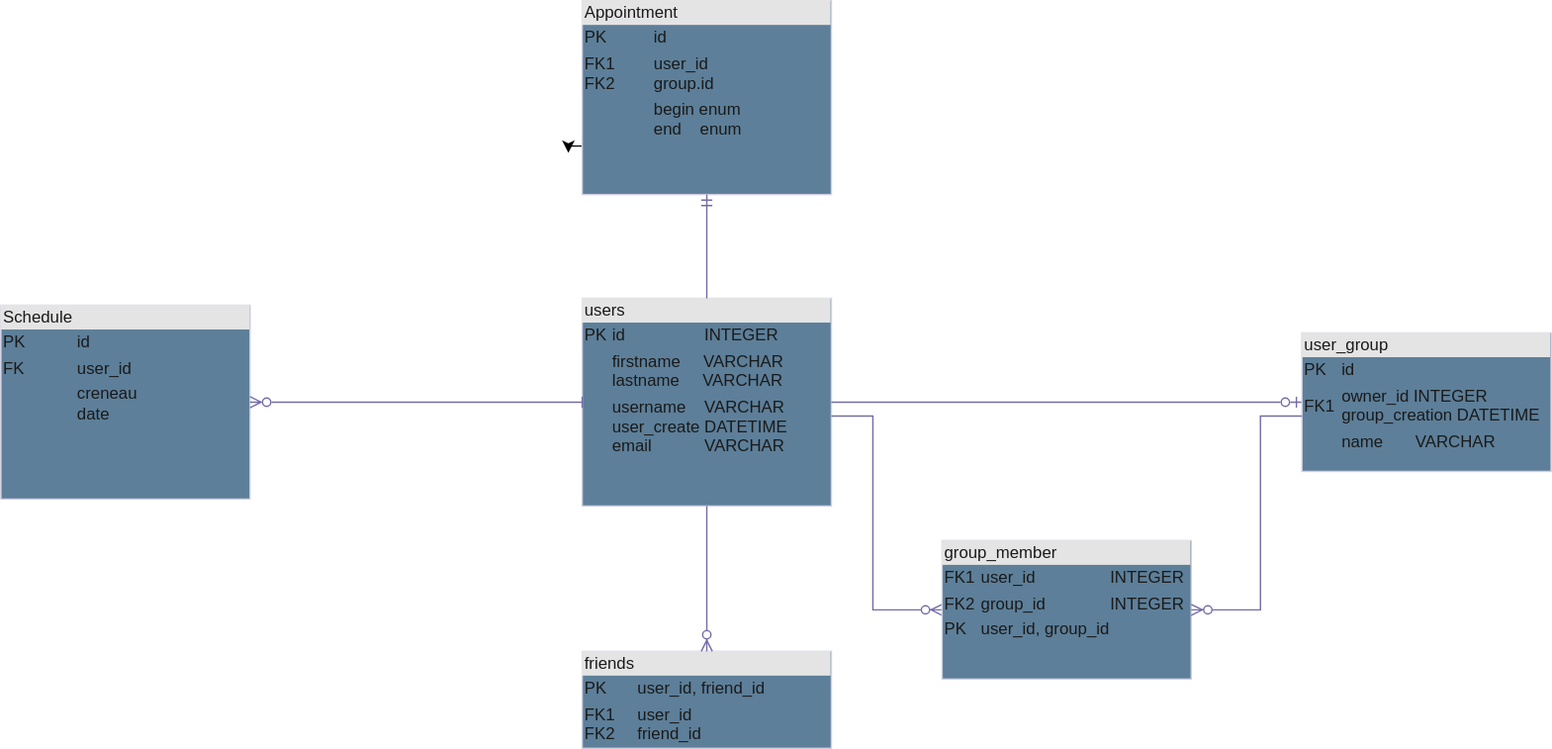
coffee-only/CalendarProject keeps this draw.io diagram as doc/diagrams/MRD.svg. Above is the earlier version. Source tidied: cells renumbered, new cells last; positions are measured from the earlier drawing's top-left corner, leaving out a move shared by most shapes. Its diagram source:
```xml
<mxGraphModel>
  <root>
    <mxCell id="0" />
    <mxCell id="1" parent="0" />
    <mxCell id="2" value="&lt;div style=&quot;box-sizing: border-box; width: 100%; background: rgb(228, 228, 228); padding: 2px;&quot;&gt;users&lt;/div&gt;&lt;table style=&quot;width:100%;font-size:1em;&quot; cellpadding=&quot;2&quot; cellspacing=&quot;0&quot;&gt;&lt;tbody&gt;&lt;tr&gt;&lt;td&gt;PK&lt;/td&gt;&lt;td&gt;id&lt;span style=&quot;white-space: pre;&quot;&gt;&#9;&lt;span style=&quot;white-space: pre;&quot;&gt;&#9;&lt;/span&gt;    INTEGER&lt;/span&gt;&lt;span style=&quot;white-space: pre;&quot;&gt;&#9;&lt;/span&gt;&lt;span style=&quot;white-space: pre;&quot;&gt;&#9;&lt;span style=&quot;white-space: pre;&quot;&gt;&#9;&lt;/span&gt;&lt;/span&gt;&lt;/td&gt;&lt;/tr&gt;&lt;tr&gt;&lt;td&gt;&lt;br&gt;&lt;/td&gt;&lt;td&gt;firstname&amp;nbsp; &amp;nbsp; &amp;nbsp;VARCHAR&lt;br&gt;lastname&amp;nbsp; &amp;nbsp; &amp;nbsp;VARCHAR&lt;/td&gt;&lt;/tr&gt;&lt;tr&gt;&lt;td&gt;&lt;/td&gt;&lt;td&gt;username&amp;nbsp; &amp;nbsp; VARCHAR&lt;br&gt;user_create DATETIME&lt;br&gt;email&lt;span style=&quot;white-space: pre;&quot;&gt;&#9;    VARCHAR&lt;/span&gt;&lt;br&gt;&lt;br&gt;&lt;br&gt;&lt;br&gt;&lt;/td&gt;&lt;/tr&gt;&lt;/tbody&gt;&lt;/table&gt;" style="verticalAlign=top;align=left;overflow=fill;html=1;whiteSpace=wrap;labelBackgroundColor=none;fillColor=#5D7F99;strokeColor=#D0CEE2;fontColor=#1A1A1A;" parent="1" vertex="1">
      <mxGeometry x="420" y="215" width="180" height="150" as="geometry" />
    </mxCell>
    <mxCell id="3" value="&lt;div style=&quot;box-sizing: border-box; width: 100%; background: rgb(228, 228, 228); padding: 2px;&quot;&gt;friends&lt;/div&gt;&lt;table style=&quot;width:100%;font-size:1em;&quot; cellpadding=&quot;2&quot; cellspacing=&quot;0&quot;&gt;&lt;tbody&gt;&lt;tr&gt;&lt;td&gt;PK&lt;/td&gt;&lt;td&gt;user_id, friend_id&lt;/td&gt;&lt;/tr&gt;&lt;tr&gt;&lt;td&gt;FK1&lt;br&gt;FK2&lt;br&gt;&lt;/td&gt;&lt;td&gt;user_id&lt;br&gt;friend_id&lt;/td&gt;&lt;/tr&gt;&lt;tr&gt;&lt;td&gt;&lt;br&gt;&lt;br&gt;&lt;/td&gt;&lt;td&gt;&lt;br&gt;&lt;br&gt;&lt;br&gt;&lt;br&gt;&lt;br&gt;&lt;/td&gt;&lt;/tr&gt;&lt;/tbody&gt;&lt;/table&gt;" style="verticalAlign=top;align=left;overflow=fill;html=1;whiteSpace=wrap;labelBackgroundColor=none;fillColor=#5D7F99;strokeColor=#D0CEE2;fontColor=#1A1A1A;" parent="1" vertex="1">
      <mxGeometry x="420" y="470" width="180" height="70" as="geometry" />
    </mxCell>
    <mxCell id="4" style="fontSize=12;html=1;endArrow=ERzeroToMany;endFill=1;rounded=0;exitX=0.5;exitY=1;exitDx=0;exitDy=0;entryX=0.5;entryY=0;entryDx=0;entryDy=0;labelBackgroundColor=none;strokeColor=#736CA8;fontColor=default;" parent="1" edge="1" source="2" target="3">
      <mxGeometry relative="1" as="geometry" />
    </mxCell>
    <mxCell id="5" style="edgeStyle=orthogonalEdgeStyle;rounded=0;jettySize=auto;html=1;exitX=0;exitY=0.5;exitDx=0;exitDy=0;startArrow=ERzeroToOne;startFill=0;endArrow=none;labelBackgroundColor=none;strokeColor=#736CA8;fontColor=default;" parent="1" edge="1" source="6" target="2">
      <mxGeometry relative="1" as="geometry" />
    </mxCell>
    <mxCell id="6" value="&lt;div style=&quot;box-sizing: border-box; width: 100%; background: rgb(228, 228, 228); padding: 2px;&quot;&gt;user_group&lt;/div&gt;&lt;table style=&quot;width:100%;font-size:1em;&quot; cellpadding=&quot;2&quot; cellspacing=&quot;0&quot;&gt;&lt;tbody&gt;&lt;tr&gt;&lt;td&gt;PK&lt;/td&gt;&lt;td&gt;id&lt;/td&gt;&lt;/tr&gt;&lt;tr&gt;&lt;td&gt;FK1&lt;/td&gt;&lt;td&gt;owner_id INTEGER&lt;br&gt;group_creation DATETIME&lt;/td&gt;&lt;/tr&gt;&lt;tr&gt;&lt;td&gt;&lt;/td&gt;&lt;td&gt;name&lt;span style=&quot;white-space: pre;&quot;&gt;&#9;&lt;/span&gt;VARCHAR&lt;br&gt;&lt;br&gt;&lt;/td&gt;&lt;/tr&gt;&lt;/tbody&gt;&lt;/table&gt;" style="verticalAlign=top;align=left;overflow=fill;html=1;whiteSpace=wrap;labelBackgroundColor=none;fillColor=#5D7F99;strokeColor=#D0CEE2;fontColor=#1A1A1A;" parent="1" vertex="1">
      <mxGeometry x="940" y="240" width="180" height="100" as="geometry" />
    </mxCell>
    <mxCell id="7" style="fontSize=12;html=1;endArrow=ERzeroToMany;endFill=1;rounded=0;entryX=0;entryY=0.5;entryDx=0;entryDy=0;edgeStyle=orthogonalEdgeStyle;labelBackgroundColor=none;strokeColor=#736CA8;fontColor=default;" parent="1" edge="1" source="2" target="8">
      <mxGeometry relative="1" as="geometry">
        <Array as="points">
          <mxPoint x="630" y="300" />
          <mxPoint x="630" y="440" />
        </Array>
      </mxGeometry>
    </mxCell>
    <mxCell id="8" value="&lt;div style=&quot;box-sizing: border-box; width: 100%; background: rgb(228, 228, 228); padding: 2px;&quot;&gt;group_member&lt;/div&gt;&lt;table style=&quot;width:100%;font-size:1em;&quot; cellpadding=&quot;2&quot; cellspacing=&quot;0&quot;&gt;&lt;tbody&gt;&lt;tr&gt;&lt;td&gt;FK1&lt;/td&gt;&lt;td&gt;user_id&lt;span style=&quot;white-space: pre;&quot;&gt;&#9;&lt;/span&gt;&lt;span style=&quot;white-space: pre;&quot;&gt;&#9;    &lt;/span&gt;INTEGER&lt;/td&gt;&lt;/tr&gt;&lt;tr&gt;&lt;td&gt;FK2&lt;/td&gt;&lt;td&gt;group_id&lt;span style=&quot;white-space: pre;&quot;&gt;&#9;&lt;/span&gt;&lt;span style=&quot;white-space: pre;&quot;&gt;&#9;&lt;/span&gt;&amp;nbsp; &amp;nbsp; INTEGER&lt;/td&gt;&lt;/tr&gt;&lt;tr&gt;&lt;td&gt;PK&lt;/td&gt;&lt;td&gt;user_id, group_id&lt;/td&gt;&lt;/tr&gt;&lt;/tbody&gt;&lt;/table&gt;" style="verticalAlign=top;align=left;overflow=fill;html=1;whiteSpace=wrap;labelBackgroundColor=none;fillColor=#5D7F99;strokeColor=#D0CEE2;fontColor=#1A1A1A;" parent="1" vertex="1">
      <mxGeometry x="680" y="390" width="180" height="100" as="geometry" />
    </mxCell>
    <mxCell id="9" style="edgeStyle=orthogonalEdgeStyle;rounded=0;jettySize=auto;html=1;exitX=0;exitY=0.75;exitDx=0;exitDy=0;" parent="1" edge="1" source="10">
      <mxGeometry relative="1" as="geometry">
        <mxPoint x="410" y="110" as="targetPoint" />
      </mxGeometry>
    </mxCell>
    <mxCell id="10" value="&lt;div style=&quot;box-sizing: border-box; width: 100%; background: rgb(228, 228, 228); padding: 2px;&quot;&gt;Appointment&lt;/div&gt;&lt;table style=&quot;width:100%;font-size:1em;&quot; cellpadding=&quot;2&quot; cellspacing=&quot;0&quot;&gt;&lt;tbody&gt;&lt;tr&gt;&lt;td&gt;PK&lt;/td&gt;&lt;td&gt;id&lt;/td&gt;&lt;/tr&gt;&lt;tr&gt;&lt;td&gt;FK1&lt;br&gt;FK2&lt;/td&gt;&lt;td&gt;user_id&lt;br&gt;group.id&lt;/td&gt;&lt;/tr&gt;&lt;tr&gt;&lt;td&gt;&lt;br&gt;&lt;/td&gt;&lt;td&gt;begin enum&lt;br&gt;end&amp;nbsp; &amp;nbsp; enum&lt;br&gt;&lt;br&gt;&lt;/td&gt;&lt;/tr&gt;&lt;/tbody&gt;&lt;/table&gt;" style="verticalAlign=top;align=left;overflow=fill;html=1;whiteSpace=wrap;labelBackgroundColor=none;fillColor=#5D7F99;strokeColor=#D0CEE2;fontColor=#1A1A1A;" parent="1" vertex="1">
      <mxGeometry x="420" width="180" height="140" as="geometry" />
    </mxCell>
    <mxCell id="11" style="fontSize=12;html=1;endArrow=ERmandOne;rounded=0;exitX=0.5;exitY=0;exitDx=0;exitDy=0;entryX=0.5;entryY=1;entryDx=0;entryDy=0;labelBackgroundColor=none;strokeColor=#736CA8;fontColor=default;" parent="1" edge="1" source="2" target="10">
      <mxGeometry relative="1" as="geometry" />
    </mxCell>
    <mxCell id="12" style="fontSize=12;html=1;endArrow=ERzeroToMany;endFill=1;rounded=0;entryX=1;entryY=0.5;entryDx=0;entryDy=0;edgeStyle=orthogonalEdgeStyle;labelBackgroundColor=none;strokeColor=#736CA8;fontColor=default;" parent="1" edge="1" source="6" target="8">
      <mxGeometry relative="1" as="geometry">
        <Array as="points">
          <mxPoint x="910" y="300" />
          <mxPoint x="910" y="440" />
        </Array>
      </mxGeometry>
    </mxCell>
    <mxCell id="13" value="&lt;div style=&quot;box-sizing: border-box; width: 100%; background: rgb(228, 228, 228); padding: 2px;&quot;&gt;Schedule&lt;/div&gt;&lt;table style=&quot;width:100%;font-size:1em;&quot; cellpadding=&quot;2&quot; cellspacing=&quot;0&quot;&gt;&lt;tbody&gt;&lt;tr&gt;&lt;td&gt;PK&lt;/td&gt;&lt;td&gt;id&lt;/td&gt;&lt;/tr&gt;&lt;tr&gt;&lt;td&gt;FK&lt;br&gt;&lt;/td&gt;&lt;td&gt;user_id&lt;br&gt;&lt;/td&gt;&lt;/tr&gt;&lt;tr&gt;&lt;td&gt;&lt;br&gt;&lt;/td&gt;&lt;td&gt;creneau&lt;br&gt;date&lt;br&gt;&lt;br&gt;&lt;/td&gt;&lt;/tr&gt;&lt;/tbody&gt;&lt;/table&gt;" style="verticalAlign=top;align=left;overflow=fill;html=1;whiteSpace=wrap;labelBackgroundColor=none;fillColor=#5D7F99;strokeColor=#D0CEE2;fontColor=#1A1A1A;" parent="1" vertex="1">
      <mxGeometry y="220" width="180" height="140" as="geometry" />
    </mxCell>
    <mxCell id="14" style="edgeStyle=orthogonalEdgeStyle;rounded=0;jettySize=auto;html=1;exitX=1;exitY=0.5;exitDx=0;exitDy=0;strokeColor=#736CA8;fontColor=#1A1A1A;endArrow=baseDash;endFill=0;startArrow=ERzeroToMany;startFill=0;" parent="1" edge="1" source="13" target="2">
      <mxGeometry relative="1" as="geometry" />
    </mxCell>
  </root>
</mxGraphModel>
```
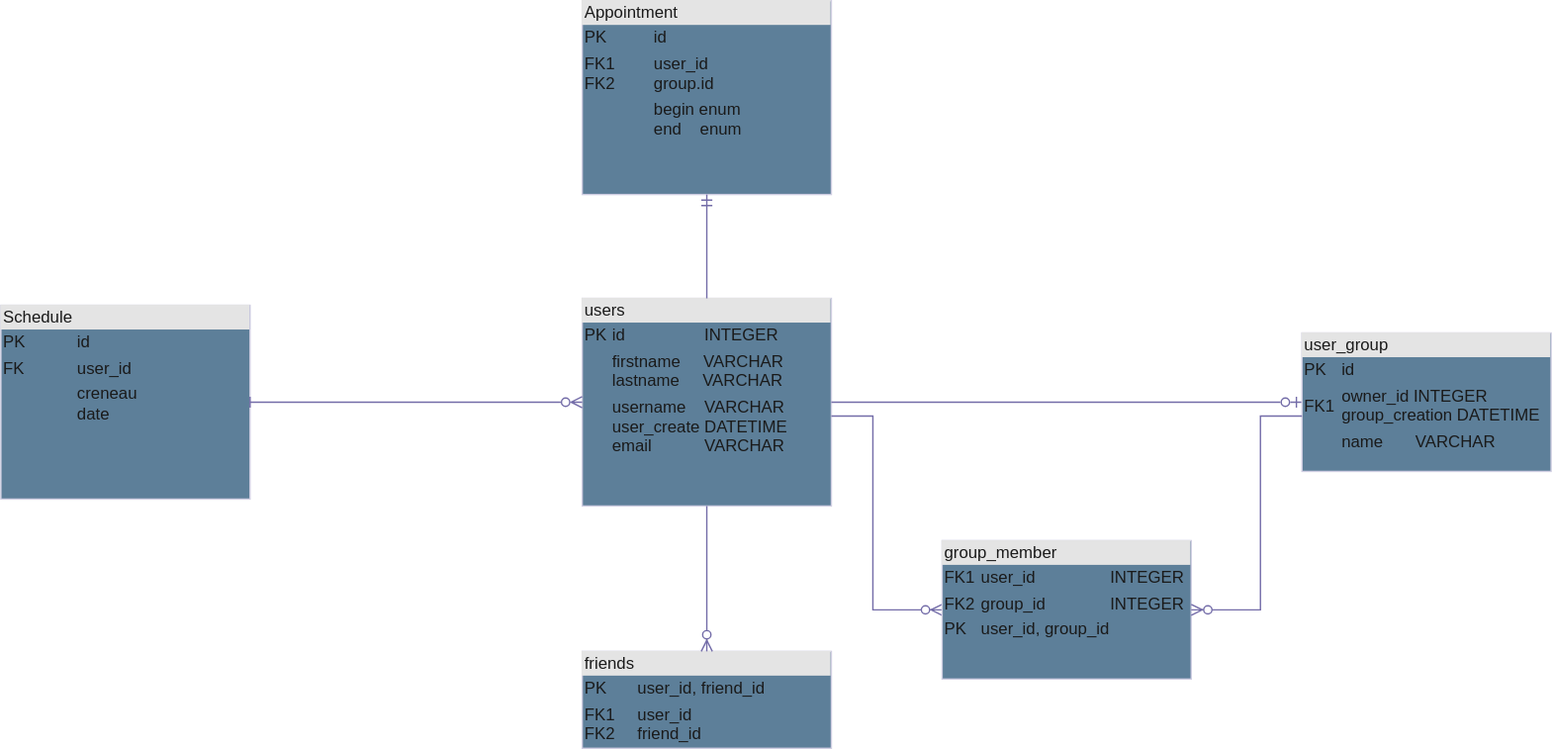
Above is the later version.

The edit, as a diff of the source:
```diff
@@ -28,11 +28,6 @@
     <mxCell id="8" value="&lt;div style=&quot;box-sizing: border-box; width: 100%; background: rgb(228, 228, 228); padding: 2px;&quot;&gt;group_member&lt;/div&gt;&lt;table style=&quot;width:100%;font-size:1em;&quot; cellpadding=&quot;2&quot; cellspacing=&quot;0&quot;&gt;&lt;tbody&gt;&lt;tr&gt;&lt;td&gt;FK1&lt;/td&gt;&lt;td&gt;user_id&lt;span style=&quot;white-space: pre;&quot;&gt;&#9;&lt;/span&gt;&lt;span style=&quot;white-space: pre;&quot;&gt;&#9;    &lt;/span&gt;INTEGER&lt;/td&gt;&lt;/tr&gt;&lt;tr&gt;&lt;td&gt;FK2&lt;/td&gt;&lt;td&gt;group_id&lt;span style=&quot;white-space: pre;&quot;&gt;&#9;&lt;/span&gt;&lt;span style=&quot;white-space: pre;&quot;&gt;&#9;&lt;/span&gt;&amp;nbsp; &amp;nbsp; INTEGER&lt;/td&gt;&lt;/tr&gt;&lt;tr&gt;&lt;td&gt;PK&lt;/td&gt;&lt;td&gt;user_id, group_id&lt;/td&gt;&lt;/tr&gt;&lt;/tbody&gt;&lt;/table&gt;" style="verticalAlign=top;align=left;overflow=fill;html=1;whiteSpace=wrap;labelBackgroundColor=none;fillColor=#5D7F99;strokeColor=#D0CEE2;fontColor=#1A1A1A;" parent="1" vertex="1">
       <mxGeometry x="680" y="390" width="180" height="100" as="geometry" />
     </mxCell>
-    <mxCell id="9" style="edgeStyle=orthogonalEdgeStyle;rounded=0;jettySize=auto;html=1;exitX=0;exitY=0.75;exitDx=0;exitDy=0;" parent="1" edge="1" source="10">
-      <mxGeometry relative="1" as="geometry">
-        <mxPoint x="410" y="110" as="targetPoint" />
-      </mxGeometry>
-    </mxCell>
     <mxCell id="10" value="&lt;div style=&quot;box-sizing: border-box; width: 100%; background: rgb(228, 228, 228); padding: 2px;&quot;&gt;Appointment&lt;/div&gt;&lt;table style=&quot;width:100%;font-size:1em;&quot; cellpadding=&quot;2&quot; cellspacing=&quot;0&quot;&gt;&lt;tbody&gt;&lt;tr&gt;&lt;td&gt;PK&lt;/td&gt;&lt;td&gt;id&lt;/td&gt;&lt;/tr&gt;&lt;tr&gt;&lt;td&gt;FK1&lt;br&gt;FK2&lt;/td&gt;&lt;td&gt;user_id&lt;br&gt;group.id&lt;/td&gt;&lt;/tr&gt;&lt;tr&gt;&lt;td&gt;&lt;br&gt;&lt;/td&gt;&lt;td&gt;begin enum&lt;br&gt;end&amp;nbsp; &amp;nbsp; enum&lt;br&gt;&lt;br&gt;&lt;/td&gt;&lt;/tr&gt;&lt;/tbody&gt;&lt;/table&gt;" style="verticalAlign=top;align=left;overflow=fill;html=1;whiteSpace=wrap;labelBackgroundColor=none;fillColor=#5D7F99;strokeColor=#D0CEE2;fontColor=#1A1A1A;" parent="1" vertex="1">
       <mxGeometry x="420" width="180" height="140" as="geometry" />
     </mxCell>
@@ -50,7 +45,7 @@
     <mxCell id="13" value="&lt;div style=&quot;box-sizing: border-box; width: 100%; background: rgb(228, 228, 228); padding: 2px;&quot;&gt;Schedule&lt;/div&gt;&lt;table style=&quot;width:100%;font-size:1em;&quot; cellpadding=&quot;2&quot; cellspacing=&quot;0&quot;&gt;&lt;tbody&gt;&lt;tr&gt;&lt;td&gt;PK&lt;/td&gt;&lt;td&gt;id&lt;/td&gt;&lt;/tr&gt;&lt;tr&gt;&lt;td&gt;FK&lt;br&gt;&lt;/td&gt;&lt;td&gt;user_id&lt;br&gt;&lt;/td&gt;&lt;/tr&gt;&lt;tr&gt;&lt;td&gt;&lt;br&gt;&lt;/td&gt;&lt;td&gt;creneau&lt;br&gt;date&lt;br&gt;&lt;br&gt;&lt;/td&gt;&lt;/tr&gt;&lt;/tbody&gt;&lt;/table&gt;" style="verticalAlign=top;align=left;overflow=fill;html=1;whiteSpace=wrap;labelBackgroundColor=none;fillColor=#5D7F99;strokeColor=#D0CEE2;fontColor=#1A1A1A;" parent="1" vertex="1">
       <mxGeometry y="220" width="180" height="140" as="geometry" />
     </mxCell>
-    <mxCell id="14" style="edgeStyle=orthogonalEdgeStyle;rounded=0;jettySize=auto;html=1;exitX=1;exitY=0.5;exitDx=0;exitDy=0;strokeColor=#736CA8;fontColor=#1A1A1A;endArrow=baseDash;endFill=0;startArrow=ERzeroToMany;startFill=0;" parent="1" edge="1" source="13" target="2">
+    <mxCell id="14" style="edgeStyle=orthogonalEdgeStyle;rounded=0;jettySize=auto;html=1;strokeColor=#736CA8;fontColor=#1A1A1A;endArrow=baseDash;endFill=0;startArrow=ERzeroToMany;startFill=0;" parent="1" edge="1" source="2" target="13">
       <mxGeometry relative="1" as="geometry" />
     </mxCell>
   </root>
```
